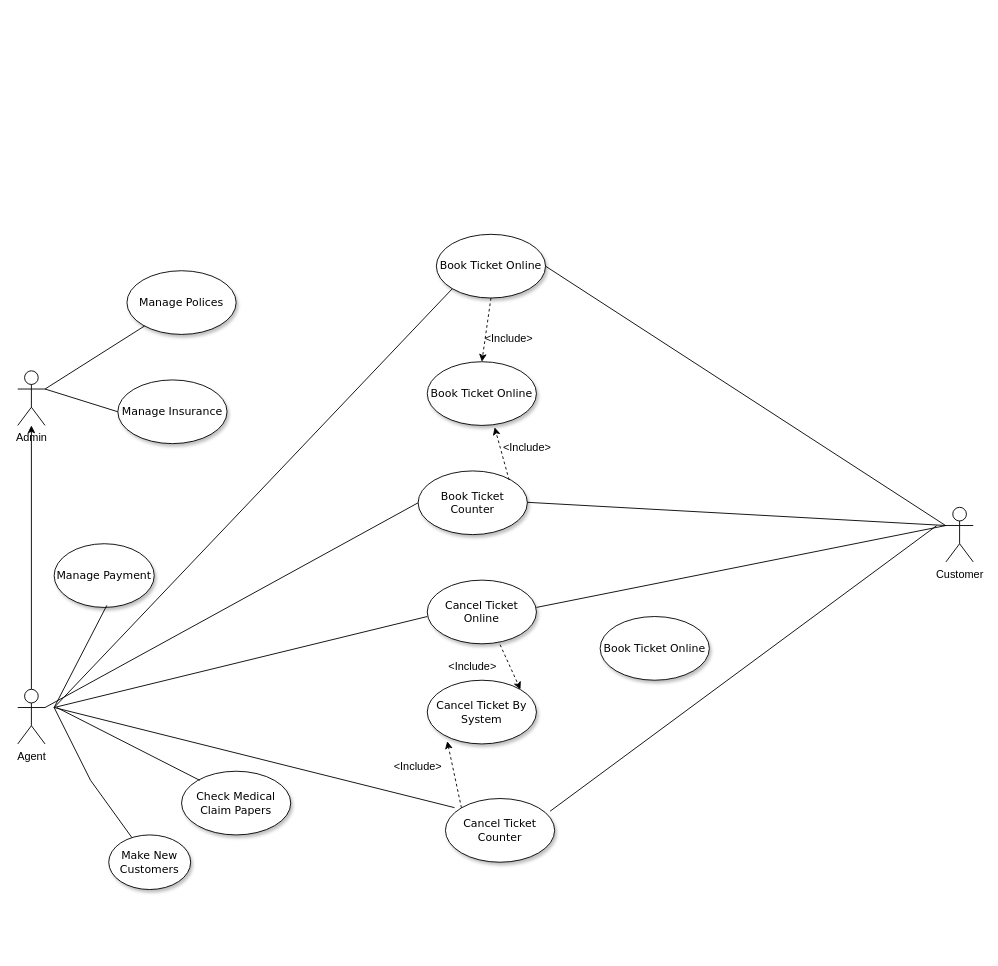
rivinduchamath/Helth-Insurance- keeps this draw.io diagram as Untitled Diagram.drawio. Above is the earlier version. Source tidied: cells renumbered, new cells numbered last; positions are measured from the earlier drawing's top-left corner, leaving out a move shared by most shapes. Both pictures are drawn from the tidied source at 91%, with x=0, y=0 at pixel (17, 234).
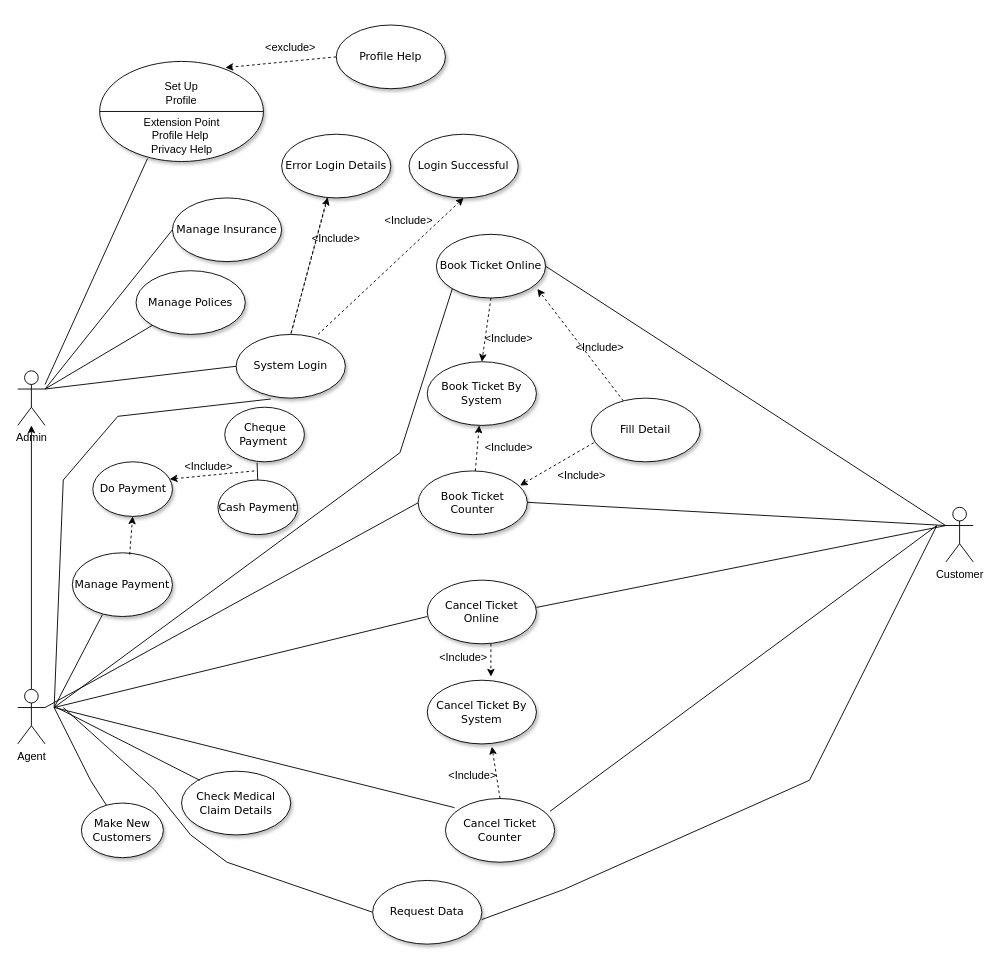
The same diagram, later.

The change refers to these unchanged cells:
```xml
<mxCell id="10" value="Book Ticket Online" style="ellipse;whiteSpace=wrap;html=1;rounded=0;shadow=1;comic=0;labelBackgroundColor=none;strokeWidth=1;fontFamily=Verdana;fontSize=12;align=center;" parent="1" vertex="1">
  <mxGeometry x="460" width="120" height="70" as="geometry" />
</mxCell>
<mxCell id="11" value="Cancel Ticket Counter" style="ellipse;whiteSpace=wrap;html=1;rounded=0;shadow=1;comic=0;labelBackgroundColor=none;strokeWidth=1;fontFamily=Verdana;fontSize=12;align=center;" parent="1" vertex="1">
  <mxGeometry x="470" y="620" width="120" height="70" as="geometry" />
</mxCell>
<mxCell id="12" value="Book Ticket Counter" style="ellipse;whiteSpace=wrap;html=1;rounded=0;shadow=1;comic=0;labelBackgroundColor=none;strokeWidth=1;fontFamily=Verdana;fontSize=12;align=center;" parent="1" vertex="1">
  <mxGeometry x="440" y="260" width="120" height="70" as="geometry" />
</mxCell>
<mxCell id="13" value="Cancel Ticket Online" style="ellipse;whiteSpace=wrap;html=1;rounded=0;shadow=1;comic=0;labelBackgroundColor=none;strokeWidth=1;fontFamily=Verdana;fontSize=12;align=center;" parent="1" vertex="1">
  <mxGeometry x="450" y="380" width="120" height="70" as="geometry" />
</mxCell>
<mxCell id="29" value="Cancel Ticket By System" style="ellipse;whiteSpace=wrap;html=1;rounded=0;shadow=1;comic=0;labelBackgroundColor=none;strokeWidth=1;fontFamily=Verdana;fontSize=12;align=center;" parent="1" vertex="1">
  <mxGeometry x="450" y="490" width="120" height="70" as="geometry" />
</mxCell>
```

Change to the diagram source:
```diff
@@
     <mxCell id="2" value="Make New Customers" style="ellipse;whiteSpace=wrap;html=1;rounded=0;shadow=1;comic=0;labelBackgroundColor=none;strokeWidth=1;fontFamily=Verdana;fontSize=12;align=center;" parent="1" vertex="1">
-      <mxGeometry x="100" y="660" width="90" height="60" as="geometry" />
+      <mxGeometry x="70" y="625" width="90" height="60" as="geometry" />
     </mxCell>
@@
-    <mxCell id="6" value="Check Medical Claim Papers" style="ellipse;whiteSpace=wrap;html=1;rounded=0;shadow=1;comic=0;labelBackgroundColor=none;strokeWidth=1;fontFamily=Verdana;fontSize=12;align=center;" parent="1" vertex="1">
+    <mxCell id="6" value="Check Medical Claim Details" style="ellipse;whiteSpace=wrap;html=1;rounded=0;shadow=1;comic=0;labelBackgroundColor=none;strokeWidth=1;fontFamily=Verdana;fontSize=12;align=center;" parent="1" vertex="1">
       <mxGeometry x="180" y="590" width="120" height="70" as="geometry" />
     </mxCell>
     <mxCell id="7" value="Manage Payment" style="ellipse;whiteSpace=wrap;html=1;rounded=0;shadow=1;comic=0;labelBackgroundColor=none;strokeWidth=1;fontFamily=Verdana;fontSize=12;align=center;" parent="1" vertex="1">
-      <mxGeometry x="40" y="340" width="110" height="70" as="geometry" />
+      <mxGeometry x="60" y="350" width="110" height="70" as="geometry" />
     </mxCell>
     <mxCell id="8" value="Manage Insurance" style="ellipse;whiteSpace=wrap;html=1;rounded=0;shadow=1;comic=0;labelBackgroundColor=none;strokeWidth=1;fontFamily=Verdana;fontSize=12;align=center;" parent="1" vertex="1">
-      <mxGeometry x="110" y="160" width="120" height="70" as="geometry" />
+      <mxGeometry x="170" y="-40" width="120" height="70" as="geometry" />
     </mxCell>
     <mxCell id="9" value="Manage Polices" style="ellipse;whiteSpace=wrap;html=1;rounded=0;shadow=1;comic=0;labelBackgroundColor=none;strokeWidth=1;fontFamily=Verdana;fontSize=12;align=center;" parent="1" vertex="1">
-      <mxGeometry x="120" y="40" width="120" height="70" as="geometry" />
+      <mxGeometry x="130" y="40" width="120" height="70" as="geometry" />
     </mxCell>
@@
     <mxCell id="19" style="endArrow=none;html=1;rounded=0;entryX=0;entryY=1;entryDx=0;entryDy=0;" parent="1" edge="1" target="10">
       <mxGeometry relative="1" as="geometry">
         <mxPoint x="40" y="520" as="sourcePoint" />
+        <Array as="points">
+          <mxPoint x="420" y="240" />
+        </Array>
       </mxGeometry>
     </mxCell>
@@
-    <mxCell id="21" style="endArrow=none;html=1;rounded=0;" parent="1" edge="1">
+    <mxCell id="21" style="endArrow=none;html=1;rounded=0;exitX=0.317;exitY=1.014;exitDx=0;exitDy=0;exitPerimeter=0;" parent="1" edge="1" source="41">
       <mxGeometry relative="1" as="geometry">
-        <mxPoint x="97.9" y="407.7" as="sourcePoint" />
         <mxPoint x="40" y="520" as="targetPoint" />
+        <Array as="points">
+          <mxPoint x="110" y="200" />
+          <mxPoint x="50" y="270" />
+        </Array>
       </mxGeometry>
     </mxCell>
@@
-    <mxCell id="28" value="Book Ticket Online" style="ellipse;whiteSpace=wrap;html=1;rounded=0;shadow=1;comic=0;labelBackgroundColor=none;strokeWidth=1;fontFamily=Verdana;fontSize=12;align=center;" parent="1" vertex="1">
+    <mxCell id="28" value="Book Ticket By System" style="ellipse;whiteSpace=wrap;html=1;rounded=0;shadow=1;comic=0;labelBackgroundColor=none;strokeWidth=1;fontFamily=Verdana;fontSize=12;align=center;" parent="1" vertex="1">
       <mxGeometry x="450" y="140" width="120" height="70" as="geometry" />
     </mxCell>
@@
-    <mxCell id="30" style="endArrow=classic;html=1;rounded=0;dashed=1;entryX=0.617;entryY=1.029;entryDx=0;entryDy=0;entryPerimeter=0;" parent="1" edge="1" target="28">
-      <mxGeometry relative="1" as="geometry">
-        <mxPoint x="540" y="270" as="sourcePoint" />
-      </mxGeometry>
+    <mxCell id="30" style="endArrow=classic;html=1;rounded=0;dashed=1;" parent="1" edge="1" source="12" target="28">
+      <mxGeometry relative="1" as="geometry" />
     </mxCell>
-    <mxCell id="31" style="endArrow=classic;html=1;rounded=0;dashed=1;entryX=0.5;entryY=0;entryDx=0;entryDy=0;exitX=0.5;exitY=1;exitDx=0;exitDy=0;" parent="1" edge="1" source="10" target="28">
+    <mxCell id="31" style="endArrow=classic;html=1;rounded=0;dashed=1;exitX=0.5;exitY=1;exitDx=0;exitDy=0;entryX=0.5;entryY=0;entryDx=0;entryDy=0;" parent="1" edge="1" source="10" target="28">
       <mxGeometry relative="1" as="geometry" />
     </mxCell>
@@
     <mxCell id="33" value="&amp;lt;Include&amp;gt;" style="text;html=1;strokeColor=none;fillColor=none;align=center;verticalAlign=middle;whiteSpace=wrap;rounded=0;" parent="1" vertex="1">
-      <mxGeometry x="530" y="220" width="60" height="30" as="geometry" />
+      <mxGeometry x="510" y="220" width="60" height="30" as="geometry" />
     </mxCell>
-    <mxCell id="34" style="endArrow=classic;html=1;rounded=0;dashed=1;entryX=1;entryY=0;entryDx=0;entryDy=0;exitX=0.667;exitY=1.014;exitDx=0;exitDy=0;exitPerimeter=0;" parent="1" edge="1" source="13" target="29">
+    <mxCell id="34" style="endArrow=classic;html=1;rounded=0;dashed=1;entryX=0.583;entryY=-0.057;entryDx=0;entryDy=0;exitX=0.583;exitY=1;exitDx=0;exitDy=0;entryPerimeter=0;exitPerimeter=0;" parent="1" edge="1" source="13" target="29">
       <mxGeometry relative="1" as="geometry" />
     </mxCell>
-    <mxCell id="35" style="endArrow=classic;html=1;rounded=0;dashed=1;entryX=0.183;entryY=0.957;entryDx=0;entryDy=0;exitX=0;exitY=0;exitDx=0;exitDy=0;entryPerimeter=0;" parent="1" edge="1" source="11" target="29">
+    <mxCell id="35" style="endArrow=classic;html=1;rounded=0;dashed=1;exitX=0.5;exitY=0;exitDx=0;exitDy=0;entryX=0.592;entryY=1.043;entryDx=0;entryDy=0;entryPerimeter=0;" parent="1" edge="1" source="11" target="29">
       <mxGeometry relative="1" as="geometry" />
     </mxCell>
     <mxCell id="36" value="&amp;lt;Include&amp;gt;" style="text;html=1;strokeColor=none;fillColor=none;align=center;verticalAlign=middle;whiteSpace=wrap;rounded=0;" parent="1" vertex="1">
-      <mxGeometry x="470" y="460" width="60" height="30" as="geometry" />
+      <mxGeometry x="460" y="450" width="60" height="30" as="geometry" />
     </mxCell>
     <mxCell id="37" value="&amp;lt;Include&amp;gt;" style="text;html=1;strokeColor=none;fillColor=none;align=center;verticalAlign=middle;whiteSpace=wrap;rounded=0;" parent="1" vertex="1">
-      <mxGeometry x="410" y="570" width="60" height="30" as="geometry" />
+      <mxGeometry x="470" y="580" width="60" height="30" as="geometry" />
     </mxCell>
-    <mxCell id="38" value="Book Ticket Online" style="ellipse;whiteSpace=wrap;html=1;rounded=0;shadow=1;comic=0;labelBackgroundColor=none;strokeWidth=1;fontFamily=Verdana;fontSize=12;align=center;" parent="1" vertex="1">
-      <mxGeometry x="640" y="420" width="120" height="70" as="geometry" />
+    <mxCell id="38" value="Request Data" style="ellipse;whiteSpace=wrap;html=1;rounded=0;shadow=1;comic=0;labelBackgroundColor=none;strokeWidth=1;fontFamily=Verdana;fontSize=12;align=center;" parent="1" vertex="1">
+      <mxGeometry x="390" y="710" width="120" height="70" as="geometry" />
     </mxCell>
+    <mxCell id="39" style="endArrow=none;html=1;rounded=0;exitX=0;exitY=0.5;exitDx=0;exitDy=0;" parent="1" edge="1" source="38">
+      <mxGeometry relative="1" as="geometry">
+        <mxPoint x="50" y="520" as="targetPoint" />
+        <Array as="points">
+          <mxPoint x="230" y="690" />
+          <mxPoint x="190" y="660" />
+          <mxPoint x="150" y="610" />
+        </Array>
+      </mxGeometry>
+    </mxCell>
+    <mxCell id="40" style="endArrow=none;html=1;rounded=0;exitX=1;exitY=0.614;exitDx=0;exitDy=0;exitPerimeter=0;" parent="1" edge="1" source="38">
+      <mxGeometry relative="1" as="geometry">
+        <mxPoint x="1010" y="320" as="targetPoint" />
+        <Array as="points">
+          <mxPoint x="600" y="720" />
+          <mxPoint x="870" y="600" />
+        </Array>
+      </mxGeometry>
+    </mxCell>
+    <mxCell id="41" value="System Login" style="ellipse;whiteSpace=wrap;html=1;rounded=0;shadow=1;comic=0;labelBackgroundColor=none;strokeWidth=1;fontFamily=Verdana;fontSize=12;align=center;" parent="1" vertex="1">
+      <mxGeometry x="240" y="110" width="120" height="70" as="geometry" />
+    </mxCell>
+    <mxCell id="42" style="endArrow=none;html=1;rounded=0;entryX=0;entryY=0.5;entryDx=0;entryDy=0;" parent="1" edge="1" target="41">
+      <mxGeometry relative="1" as="geometry">
+        <mxPoint x="30" y="170" as="sourcePoint" />
+      </mxGeometry>
+    </mxCell>
+    <mxCell id="43" style="endArrow=none;html=1;rounded=0;exitX=0.3;exitY=0.971;exitDx=0;exitDy=0;exitPerimeter=0;" parent="1" edge="1" source="7">
+      <mxGeometry relative="1" as="geometry">
+        <mxPoint x="40" y="520" as="targetPoint" />
+      </mxGeometry>
+    </mxCell>
+    <mxCell id="44" value="Error Login Details" style="ellipse;whiteSpace=wrap;html=1;rounded=0;shadow=1;comic=0;labelBackgroundColor=none;strokeWidth=1;fontFamily=Verdana;fontSize=12;align=center;" parent="1" vertex="1">
+      <mxGeometry x="290" y="-110" width="120" height="70" as="geometry" />
+    </mxCell>
+    <mxCell id="45" value="Login Successful" style="ellipse;whiteSpace=wrap;html=1;rounded=0;shadow=1;comic=0;labelBackgroundColor=none;strokeWidth=1;fontFamily=Verdana;fontSize=12;align=center;" parent="1" vertex="1">
+      <mxGeometry x="430" y="-110" width="120" height="70" as="geometry" />
+    </mxCell>
+    <mxCell id="46" style="endArrow=classic;html=1;rounded=0;dashed=1;exitX=0.5;exitY=1;exitDx=0;exitDy=0;" parent="1" edge="1" target="44">
+      <mxGeometry relative="1" as="geometry">
+        <mxPoint x="340" y="-40" as="sourcePoint" />
+        <Array as="points">
+          <mxPoint x="300" y="110" />
+        </Array>
+      </mxGeometry>
+    </mxCell>
+    <mxCell id="47" style="endArrow=classic;html=1;rounded=0;dashed=1;exitX=0.75;exitY=0;exitDx=0;exitDy=0;exitPerimeter=0;entryX=0.5;entryY=1;entryDx=0;entryDy=0;" parent="1" edge="1" source="41" target="45">
+      <mxGeometry relative="1" as="geometry" />
+    </mxCell>
+    <mxCell id="48" value="&amp;lt;Include&amp;gt;" style="text;html=1;strokeColor=none;fillColor=none;align=center;verticalAlign=middle;whiteSpace=wrap;rounded=0;" parent="1" vertex="1">
+      <mxGeometry x="320" y="-10" width="60" height="30" as="geometry" />
+    </mxCell>
+    <mxCell id="49" value="&amp;lt;Include&amp;gt;" style="text;html=1;strokeColor=none;fillColor=none;align=center;verticalAlign=middle;whiteSpace=wrap;rounded=0;" parent="1" vertex="1">
+      <mxGeometry x="400" y="-30" width="60" height="30" as="geometry" />
+    </mxCell>
+    <mxCell id="50" value="&amp;nbsp;" style="ellipse;whiteSpace=wrap;html=1;rounded=0;shadow=1;comic=0;labelBackgroundColor=none;strokeWidth=1;fontFamily=Verdana;fontSize=12;align=center;" parent="1" vertex="1">
+      <mxGeometry x="90" y="-190" width="180" height="110" as="geometry" />
+    </mxCell>
+    <mxCell id="51" style="endArrow=none;html=1;rounded=0;entryX=0.292;entryY=0.971;entryDx=0;entryDy=0;entryPerimeter=0;" parent="1" edge="1" target="50">
+      <mxGeometry relative="1" as="geometry">
+        <mxPoint x="30" y="165" as="sourcePoint" />
+      </mxGeometry>
+    </mxCell>
+    <mxCell id="52" value="Extension Point Profile Help&amp;nbsp;&lt;br&gt;Privacy Help" style="text;html=1;strokeColor=none;fillColor=none;align=center;verticalAlign=middle;whiteSpace=wrap;rounded=0;" parent="1" vertex="1">
+      <mxGeometry x="132.5" y="-123" width="95" height="30" as="geometry" />
+    </mxCell>
+    <mxCell id="53" style="endArrow=none;html=1;rounded=0;exitX=0;exitY=0.5;exitDx=0;exitDy=0;entryX=1;entryY=0.5;entryDx=0;entryDy=0;" parent="1" edge="1" source="50" target="50">
+      <mxGeometry relative="1" as="geometry" />
+    </mxCell>
+    <mxCell id="54" value="Profile Help" style="ellipse;whiteSpace=wrap;html=1;rounded=0;shadow=1;comic=0;labelBackgroundColor=none;strokeWidth=1;fontFamily=Verdana;fontSize=12;align=center;" parent="1" vertex="1">
+      <mxGeometry x="350" y="-230" width="120" height="70" as="geometry" />
+    </mxCell>
+    <mxCell id="55" style="endArrow=classic;html=1;rounded=0;dashed=1;entryX=0.768;entryY=0.062;entryDx=0;entryDy=0;exitX=0;exitY=0.5;exitDx=0;exitDy=0;entryPerimeter=0;" parent="1" edge="1" source="54" target="50">
+      <mxGeometry relative="1" as="geometry" />
+    </mxCell>
+    <mxCell id="56" style="text;html=1;strokeColor=none;fillColor=none;align=center;verticalAlign=middle;whiteSpace=wrap;rounded=0;" parent="1" vertex="1">
+      <mxGeometry x="30" y="-240" width="95" height="30" as="geometry" />
+    </mxCell>
+    <mxCell id="57" value="&amp;lt;exclude&amp;gt;" style="text;html=1;strokeColor=none;fillColor=none;align=center;verticalAlign=middle;whiteSpace=wrap;rounded=0;" parent="1" vertex="1">
+      <mxGeometry x="270" y="-220" width="60" height="30" as="geometry" />
+    </mxCell>
+    <mxCell id="58" value="Set Up Profile" style="text;html=1;strokeColor=none;fillColor=none;align=center;verticalAlign=middle;whiteSpace=wrap;rounded=0;" parent="1" vertex="1">
+      <mxGeometry x="150" y="-170" width="60" height="30" as="geometry" />
+    </mxCell>
+    <mxCell id="59" value="Fill Detail" style="ellipse;whiteSpace=wrap;html=1;rounded=0;shadow=1;comic=0;labelBackgroundColor=none;strokeWidth=1;fontFamily=Verdana;fontSize=12;align=center;" parent="1" vertex="1">
+      <mxGeometry x="630" y="180" width="120" height="70" as="geometry" />
+    </mxCell>
+    <mxCell id="60" style="endArrow=classic;html=1;rounded=0;dashed=1;entryX=0.925;entryY=0.857;entryDx=0;entryDy=0;entryPerimeter=0;" parent="1" edge="1" source="59" target="10">
+      <mxGeometry relative="1" as="geometry" />
+    </mxCell>
+    <mxCell id="61" style="endArrow=classic;html=1;rounded=0;dashed=1;entryX=0.933;entryY=0.229;entryDx=0;entryDy=0;entryPerimeter=0;exitX=0.025;exitY=0.7;exitDx=0;exitDy=0;exitPerimeter=0;" parent="1" edge="1" source="59" target="12">
+      <mxGeometry relative="1" as="geometry" />
+    </mxCell>
+    <mxCell id="62" value="&amp;lt;Include&amp;gt;" style="text;html=1;strokeColor=none;fillColor=none;align=center;verticalAlign=middle;whiteSpace=wrap;rounded=0;" parent="1" vertex="1">
+      <mxGeometry x="590" y="250" width="60" height="30" as="geometry" />
+    </mxCell>
+    <mxCell id="63" value="&amp;lt;Include&amp;gt;" style="text;html=1;strokeColor=none;fillColor=none;align=center;verticalAlign=middle;whiteSpace=wrap;rounded=0;" parent="1" vertex="1">
+      <mxGeometry x="610" y="110" width="60" height="30" as="geometry" />
+    </mxCell>
+    <mxCell id="64" value="Do Payment" style="ellipse;whiteSpace=wrap;html=1;rounded=0;shadow=1;comic=0;labelBackgroundColor=none;strokeWidth=1;fontFamily=Verdana;fontSize=12;align=center;" parent="1" vertex="1">
+      <mxGeometry x="82.5" y="250" width="87.5" height="60" as="geometry" />
+    </mxCell>
+    <mxCell id="65" value="Cheque Payment&amp;nbsp;" style="ellipse;whiteSpace=wrap;html=1;rounded=0;shadow=1;comic=0;labelBackgroundColor=none;strokeWidth=1;fontFamily=Verdana;fontSize=12;align=center;" parent="1" vertex="1">
+      <mxGeometry x="227.5" y="190" width="87.5" height="60" as="geometry" />
+    </mxCell>
+    <mxCell id="66" value="Cash Payment" style="ellipse;whiteSpace=wrap;html=1;rounded=0;shadow=1;comic=0;labelBackgroundColor=none;strokeWidth=1;fontFamily=Verdana;fontSize=12;align=center;" parent="1" vertex="1">
+      <mxGeometry x="220" y="270" width="87.5" height="60" as="geometry" />
+    </mxCell>
+    <mxCell id="67" style="endArrow=classic;html=1;rounded=0;dashed=1;entryX=0.5;entryY=1;entryDx=0;entryDy=0;exitX=0.573;exitY=0.029;exitDx=0;exitDy=0;exitPerimeter=0;" parent="1" edge="1" source="7" target="64">
+      <mxGeometry relative="1" as="geometry" />
+    </mxCell>
+    <mxCell id="68" style="endArrow=none;html=1;rounded=0;exitX=0.406;exitY=1.017;exitDx=0;exitDy=0;exitPerimeter=0;entryX=0.5;entryY=0;entryDx=0;entryDy=0;" parent="1" edge="1" source="65" target="66">
+      <mxGeometry relative="1" as="geometry" />
+    </mxCell>
+    <mxCell id="69" style="endArrow=classic;html=1;rounded=0;dashed=1;entryX=0.966;entryY=0.317;entryDx=0;entryDy=0;entryPerimeter=0;" parent="1" edge="1" target="64">
+      <mxGeometry relative="1" as="geometry">
+        <mxPoint x="260" y="260" as="sourcePoint" />
+      </mxGeometry>
+    </mxCell>
+    <mxCell id="70" value="&amp;lt;Include&amp;gt;" style="text;html=1;strokeColor=none;fillColor=none;align=center;verticalAlign=middle;whiteSpace=wrap;rounded=0;" parent="1" vertex="1">
+      <mxGeometry x="180" y="240" width="60" height="30" as="geometry" />
+    </mxCell>
```
